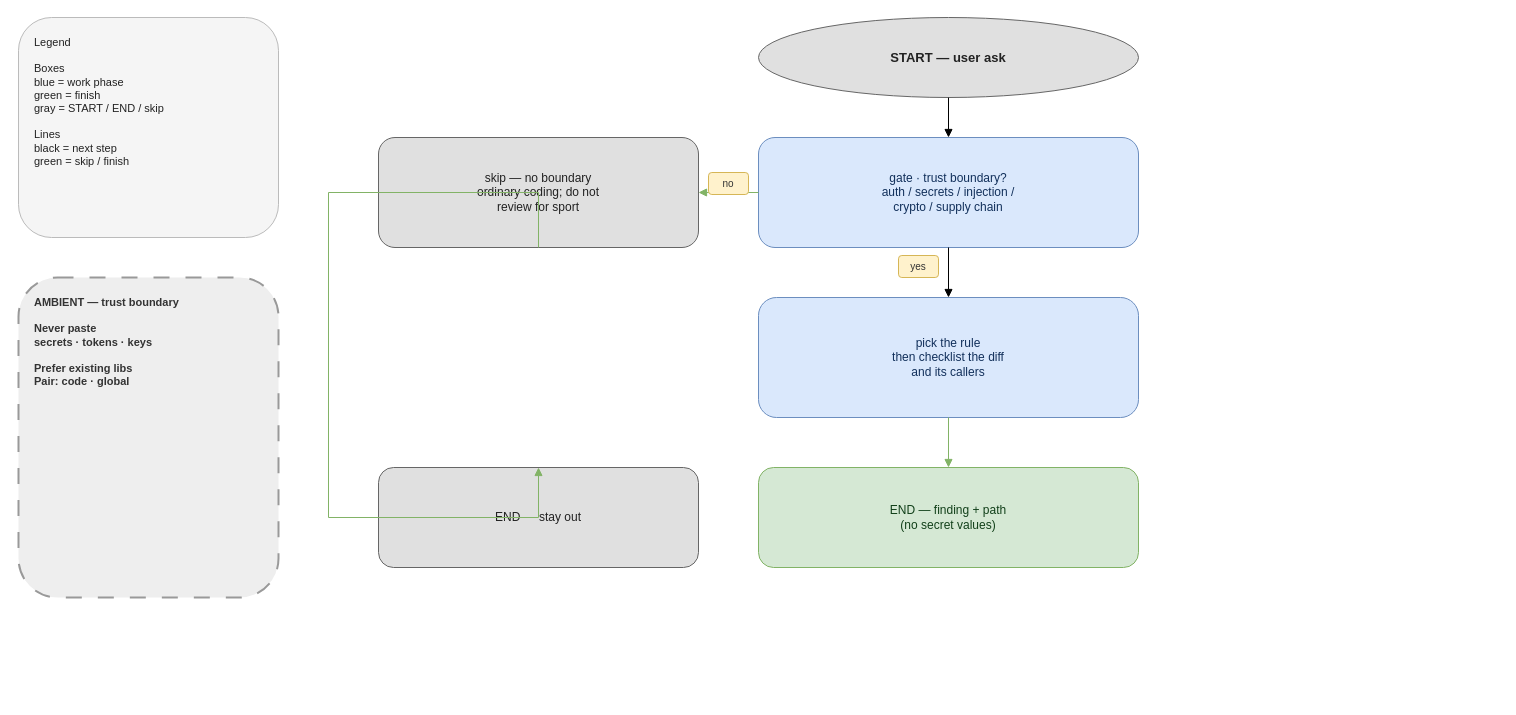
Earlier version of the draw.io diagram plugins/security/docs/security-workflow.drawio (nodadyoushutup/marketplace). Source tidied: cells renumbered, new cells numbered last; positions are measured from the earlier drawing's top-left corner, leaving out a move shared by most shapes. Both pictures are drawn from the tidied source at 100%, with x=0, y=0 at pixel (18, 17).
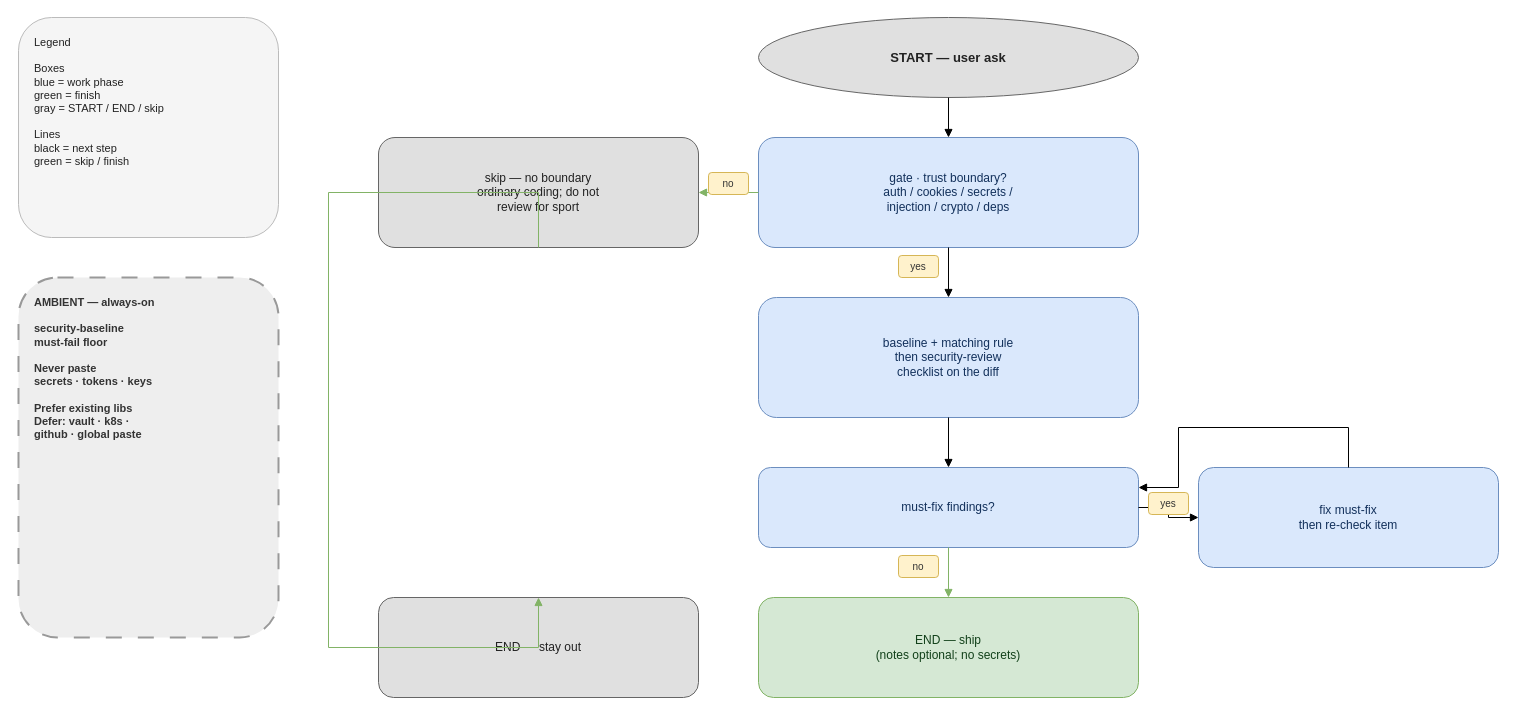
The same diagram, later.

Unchanged cells that the change refers to:
```xml
<mxCell id="6" value="skip — no boundary&#10;ordinary coding; do not&#10;review for sport" style="rounded=1;whiteSpace=wrap;html=1;align=center;verticalAlign=middle;spacingLeft=12;spacingRight=12;fontSize=12;fillColor=#e0e0e0;strokeColor=#666666;fontColor=#222222;" parent="1" vertex="1">
  <mxGeometry x="360" y="120" width="320" height="110" as="geometry" />
</mxCell>
```

Diff of the diagram source:
```diff
@@
-    <mxCell id="3" value="AMBIENT — trust boundary&#10;&#10;Never paste&#10;secrets · tokens · keys&#10;&#10;Prefer existing libs&#10;Pair: code · global" style="rounded=1;whiteSpace=wrap;html=1;dashed=1;dashPattern=8 8;align=left;verticalAlign=top;spacingLeft=14;spacingRight=14;spacingTop=12;spacingBottom=12;fontSize=11;fontStyle=1;fillColor=#eeeeee;strokeColor=#999999;strokeWidth=2;fontColor=#333333;" parent="1" vertex="1">
-      <mxGeometry y="260" width="260" height="320" as="geometry" />
+    <mxCell id="3" value="AMBIENT — always-on&#10;&#10;security-baseline&#10;must-fail floor&#10;&#10;Never paste&#10;secrets · tokens · keys&#10;&#10;Prefer existing libs&#10;Defer: vault · k8s ·&#10;github · global paste" style="rounded=1;whiteSpace=wrap;html=1;dashed=1;dashPattern=8 8;align=left;verticalAlign=top;spacingLeft=14;spacingRight=14;spacingTop=12;spacingBottom=12;fontSize=11;fontStyle=1;fillColor=#eeeeee;strokeColor=#999999;strokeWidth=2;fontColor=#333333;" parent="1" vertex="1">
+      <mxGeometry y="260" width="260" height="360" as="geometry" />
     </mxCell>
@@
-    <mxCell id="5" value="gate · trust boundary?&#10;auth / secrets / injection /&#10;crypto / supply chain" style="rounded=1;whiteSpace=wrap;html=1;align=center;verticalAlign=middle;spacingLeft=12;spacingRight=12;fontSize=12;fillColor=#dae8fc;strokeColor=#6c8ebf;fontColor=#12305B;" parent="1" vertex="1">
+    <mxCell id="5" value="gate · trust boundary?&#10;auth / cookies / secrets /&#10;injection / crypto / deps" style="rounded=1;whiteSpace=wrap;html=1;align=center;verticalAlign=middle;spacingLeft=12;spacingRight=12;fontSize=12;fillColor=#dae8fc;strokeColor=#6c8ebf;fontColor=#12305B;" parent="1" vertex="1">
       <mxGeometry x="740" y="120" width="380" height="110" as="geometry" />
     </mxCell>
@@
-    <mxCell id="7" value="pick the rule&#10;then checklist the diff&#10;and its callers" style="rounded=1;whiteSpace=wrap;html=1;align=center;verticalAlign=middle;spacingLeft=12;spacingRight=12;fontSize=12;fillColor=#dae8fc;strokeColor=#6c8ebf;fontColor=#12305B;" parent="1" vertex="1">
+    <mxCell id="7" value="baseline + matching rule&#10;then security-review&#10;checklist on the diff" style="rounded=1;whiteSpace=wrap;html=1;align=center;verticalAlign=middle;spacingLeft=12;spacingRight=12;fontSize=12;fillColor=#dae8fc;strokeColor=#6c8ebf;fontColor=#12305B;" parent="1" vertex="1">
       <mxGeometry x="740" y="280" width="380" height="120" as="geometry" />
     </mxCell>
-    <mxCell id="8" value="END — finding + path&#10;(no secret values)" style="rounded=1;whiteSpace=wrap;html=1;align=center;verticalAlign=middle;spacingLeft=12;spacingRight=12;fontSize=12;fillColor=#d5e8d4;strokeColor=#82b366;fontColor=#12401A;" parent="1" vertex="1">
-      <mxGeometry x="740" y="450" width="380" height="100" as="geometry" />
-    </mxCell>
+    <mxCell id="17" value="must-fix findings?" style="rounded=1;whiteSpace=wrap;html=1;align=center;verticalAlign=middle;spacingLeft=12;spacingRight=12;fontSize=12;fillColor=#dae8fc;strokeColor=#6c8ebf;fontColor=#12305B;" parent="1" vertex="1">
+      <mxGeometry x="740" y="450" width="380" height="80" as="geometry" />
+    </mxCell>
+    <mxCell id="18" value="END — ship&#10;(notes optional; no secrets)" style="rounded=1;whiteSpace=wrap;html=1;align=center;verticalAlign=middle;spacingLeft=12;spacingRight=12;fontSize=12;fillColor=#d5e8d4;strokeColor=#82b366;fontColor=#12401A;" parent="1" vertex="1">
+      <mxGeometry x="740" y="580" width="380" height="100" as="geometry" />
+    </mxCell>
+    <mxCell id="19" value="fix must-fix&#10;then re-check item" style="rounded=1;whiteSpace=wrap;html=1;align=center;verticalAlign=middle;spacingLeft=12;spacingRight=12;fontSize=12;fillColor=#dae8fc;strokeColor=#6c8ebf;fontColor=#12305B;" parent="1" vertex="1">
+      <mxGeometry x="1180" y="450" width="300" height="100" as="geometry" />
+    </mxCell>
     <mxCell id="9" value="END — stay out" style="rounded=1;whiteSpace=wrap;html=1;align=center;verticalAlign=middle;spacingLeft=12;spacingRight=12;fontSize=12;fillColor=#e0e0e0;strokeColor=#666666;fontColor=#222222;" parent="1" vertex="1">
-      <mxGeometry x="360" y="450" width="320" height="100" as="geometry" />
+      <mxGeometry x="360" y="580" width="320" height="100" as="geometry" />
     </mxCell>
@@
-    <mxCell id="15" style="edgeStyle=orthogonalEdgeStyle;rounded=0;html=1;endArrow=block;jumpStyle=arc;jumpSize=10;strokeColor=#82b366;exitX=0.5;exitY=1;entryX=0.5;entryY=0;" parent="1" edge="1" source="7" target="8">
-      <mxGeometry relative="1" as="geometry" />
-    </mxCell>
+    <mxCell id="20" style="edgeStyle=orthogonalEdgeStyle;rounded=0;html=1;endArrow=block;jumpStyle=arc;jumpSize=10;exitX=0.5;exitY=1;entryX=0.5;entryY=0;" parent="1" edge="1" source="7" target="17">
+      <mxGeometry relative="1" as="geometry" />
+    </mxCell>
+    <mxCell id="21" style="edgeStyle=orthogonalEdgeStyle;rounded=0;html=1;endArrow=block;jumpStyle=arc;jumpSize=10;strokeColor=#82b366;exitX=0.5;exitY=1;entryX=0.5;entryY=0;" parent="1" edge="1" source="17" target="18">
+      <mxGeometry relative="1" as="geometry" />
+    </mxCell>
+    <mxCell id="22" value="no" style="rounded=1;whiteSpace=wrap;html=1;align=center;verticalAlign=middle;fontSize=10;fillColor=#fff2cc;strokeColor=#d6b656;fontColor=#333333;" parent="1" vertex="1">
+      <mxGeometry x="880" y="538" width="40" height="22" as="geometry" />
+    </mxCell>
+    <mxCell id="23" style="edgeStyle=orthogonalEdgeStyle;rounded=0;html=1;endArrow=block;jumpStyle=arc;jumpSize=10;exitX=1;exitY=0.5;entryX=0;entryY=0.5;" parent="1" edge="1" source="17" target="19">
+      <mxGeometry relative="1" as="geometry" />
+    </mxCell>
+    <mxCell id="24" value="yes" style="rounded=1;whiteSpace=wrap;html=1;align=center;verticalAlign=middle;fontSize=10;fillColor=#fff2cc;strokeColor=#d6b656;fontColor=#333333;" parent="1" vertex="1">
+      <mxGeometry x="1130" y="475" width="40" height="22" as="geometry" />
+    </mxCell>
+    <mxCell id="25" style="edgeStyle=orthogonalEdgeStyle;rounded=0;html=1;endArrow=block;jumpStyle=arc;jumpSize=10;exitX=0.5;exitY=0;entryX=1;entryY=0.25;" parent="1" edge="1" source="19" target="17">
+      <mxGeometry relative="1" as="geometry">
+        <Array as="points">
+          <mxPoint x="1330" y="410" />
+          <mxPoint x="1160" y="410" />
+          <mxPoint x="1160" y="470" />
+        </Array>
+      </mxGeometry>
+    </mxCell>
     <mxCell id="16" style="edgeStyle=orthogonalEdgeStyle;rounded=0;html=1;endArrow=block;jumpStyle=arc;jumpSize=10;strokeColor=#82b366;exitX=0.5;exitY=1;entryX=0.5;entryY=0;" parent="1" edge="1" source="6" target="9">
       <mxGeometry relative="1" as="geometry">
         <Array as="points">
           <mxPoint x="310" y="175" />
-          <mxPoint x="310" y="500" />
+          <mxPoint x="310" y="630" />
         </Array>
       </mxGeometry>
     </mxCell>
```
